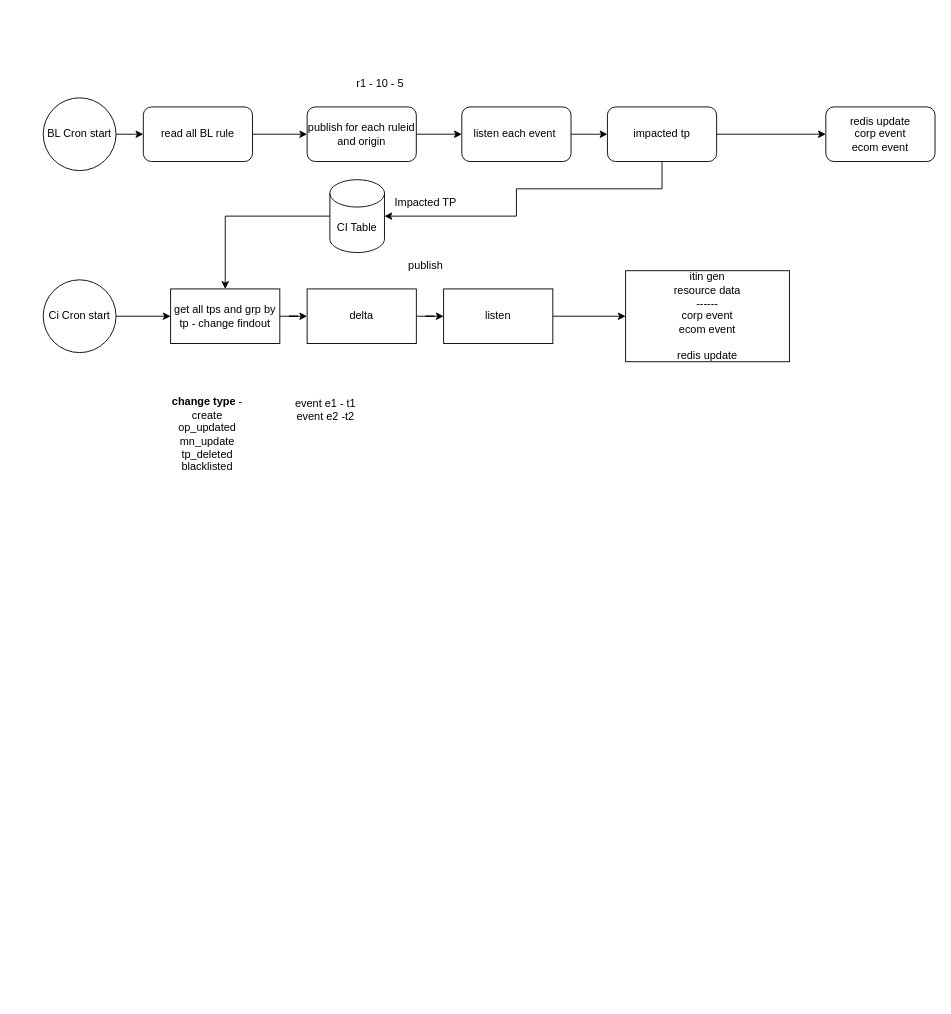
Above: Untitled Diagram.drawio in bipin-yadav/draw.io (draw.io), before the change. Source tidied: cells renumbered, new cells numbered last; positions are measured from the earlier drawing's top-left corner, leaving out a move shared by most shapes. Both pictures are drawn from the tidied source at 91%, with x=0, y=0 at pixel (43, 70).
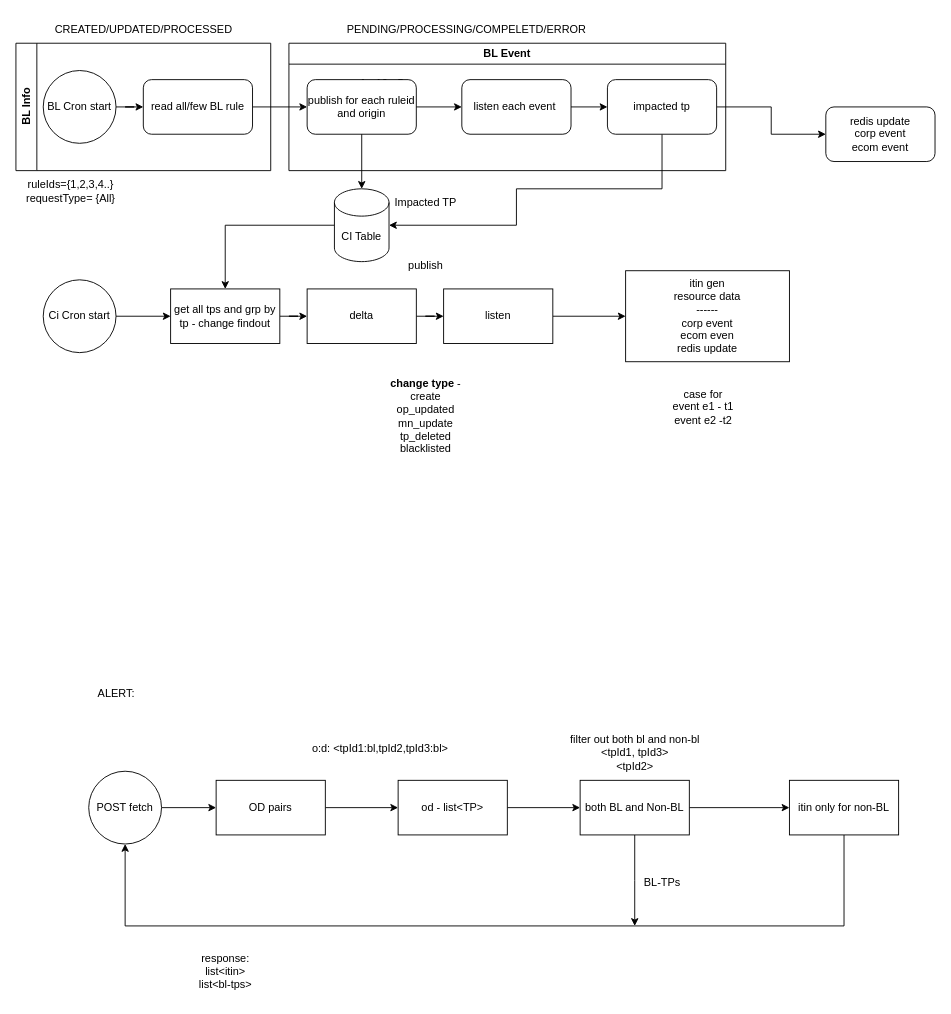
The same page after the edit.

Diff of the diagram source:
```diff
@@
-    <mxCell id="2" style="edgeStyle=orthogonalEdgeStyle;rounded=0;jettySize=auto;html=1;" parent="1" edge="1" source="3">
-      <mxGeometry relative="1" as="geometry">
-        <mxPoint x="110" y="70" as="targetPoint" />
-      </mxGeometry>
-    </mxCell>
-    <mxCell id="3" value="BL Cron start" style="ellipse;whiteSpace=wrap;html=1;" parent="1" vertex="1">
-      <mxGeometry y="30" width="80" height="80" as="geometry" />
-    </mxCell>
@@
-    <mxCell id="5" value="read all BL rule" style="rounded=1;whiteSpace=wrap;html=1;" parent="1" vertex="1">
-      <mxGeometry x="110" y="40" width="120" height="60" as="geometry" />
-    </mxCell>
-    <mxCell id="6" style="edgeStyle=orthogonalEdgeStyle;rounded=0;jettySize=auto;html=1;" parent="1" edge="1" source="7" target="9">
-      <mxGeometry relative="1" as="geometry" />
-    </mxCell>
-    <mxCell id="7" value="publish for each ruleid and origin" style="whiteSpace=wrap;html=1;rounded=1;" parent="1" vertex="1">
-      <mxGeometry x="290" y="40" width="120" height="60" as="geometry" />
-    </mxCell>
-    <mxCell id="8" style="edgeStyle=orthogonalEdgeStyle;rounded=0;jettySize=auto;html=1;" parent="1" edge="1" source="9" target="13">
-      <mxGeometry relative="1" as="geometry" />
-    </mxCell>
-    <mxCell id="9" value="listen each event&amp;nbsp;" style="whiteSpace=wrap;html=1;rounded=1;" parent="1" vertex="1">
-      <mxGeometry x="460" y="40" width="120" height="60" as="geometry" />
-    </mxCell>
@@
-    <mxCell id="13" value="impacted tp&lt;br&gt;" style="whiteSpace=wrap;html=1;rounded=1;" parent="1" vertex="1">
-      <mxGeometry x="620" y="40" width="120" height="60" as="geometry" />
-    </mxCell>
@@
     <mxCell id="25" value="CI Table" style="shape=cylinder3;whiteSpace=wrap;html=1;boundedLbl=1;backgroundOutline=1;size=15;" parent="1" vertex="1">
-      <mxGeometry x="315" y="120" width="60" height="80" as="geometry" />
+      <mxGeometry x="320" y="130" width="60" height="80" as="geometry" />
     </mxCell>
     <mxCell id="26" value="&lt;b&gt;change type &lt;/b&gt;- &lt;br&gt;create&lt;br&gt;op_updated&lt;br&gt;mn_update&lt;br&gt;tp_deleted&lt;br&gt;blacklisted" style="text;html=1;align=center;verticalAlign=middle;strokeColor=none;fillColor=none;" parent="1" vertex="1">
-      <mxGeometry x="130" y="350" width="100" height="100" as="geometry" />
+      <mxGeometry x="370" y="330" width="100" height="100" as="geometry" />
     </mxCell>
-    <mxCell id="27" value="event e1 - t1&lt;br&gt;event e2 -t2" style="text;html=1;align=center;verticalAlign=middle;strokeColor=none;fillColor=none;" parent="1" vertex="1">
-      <mxGeometry x="265" y="353" width="90" height="40" as="geometry" />
+    <mxCell id="27" value="case for&lt;br&gt;event e1 - t1&lt;br&gt;event e2 -t2" style="text;html=1;align=center;verticalAlign=middle;strokeColor=none;fillColor=none;" parent="1" vertex="1">
+      <mxGeometry x="680" y="340" width="90" height="60" as="geometry" />
     </mxCell>
-    <mxCell id="28" value="itin gen&lt;br&gt;resource data&lt;br&gt;------&lt;br&gt;corp event&lt;br&gt;ecom event&lt;br&gt;&lt;br&gt;redis update" style="whiteSpace=wrap;html=1;" parent="1" vertex="1">
+    <mxCell id="28" value="itin gen&lt;br&gt;resource data&lt;br&gt;------&lt;br&gt;corp event&lt;br&gt;ecom even&lt;br&gt;redis update" style="whiteSpace=wrap;html=1;" parent="1" vertex="1">
       <mxGeometry x="640" y="220" width="180" height="100" as="geometry" />
     </mxCell>
@@
+    <mxCell id="30" value="BL Info&lt;br&gt;" style="swimlane;horizontal=0;whiteSpace=wrap;html=1;" parent="1" vertex="1">
+      <mxGeometry x="-30" y="-30" width="280" height="140" as="geometry" />
+    </mxCell>
+    <mxCell id="3" value="BL Cron start" style="ellipse;whiteSpace=wrap;html=1;" parent="30" vertex="1">
+      <mxGeometry x="30" y="30" width="80" height="80" as="geometry" />
+    </mxCell>
+    <mxCell id="5" value="read all/few BL rule" style="rounded=1;whiteSpace=wrap;html=1;" parent="30" vertex="1">
+      <mxGeometry x="140" y="40" width="120" height="60" as="geometry" />
+    </mxCell>
+    <mxCell id="2" style="edgeStyle=orthogonalEdgeStyle;rounded=0;jettySize=auto;html=1;entryX=0;entryY=0.5;entryDx=0;entryDy=0;" parent="30" edge="1" source="3" target="5">
+      <mxGeometry relative="1" as="geometry" />
+    </mxCell>
+    <mxCell id="31" value="BL Event" style="swimlane;whiteSpace=wrap;html=1;" parent="1" vertex="1">
+      <mxGeometry x="270" y="-30" width="480" height="140" as="geometry" />
+    </mxCell>
+    <mxCell id="7" value="publish for each ruleid and origin" style="whiteSpace=wrap;html=1;rounded=1;" parent="31" vertex="1">
+      <mxGeometry x="20" y="40" width="120" height="60" as="geometry" />
+    </mxCell>
+    <mxCell id="9" value="listen each event&amp;nbsp;" style="whiteSpace=wrap;html=1;rounded=1;" parent="31" vertex="1">
+      <mxGeometry x="190" y="40" width="120" height="60" as="geometry" />
+    </mxCell>
+    <mxCell id="6" style="edgeStyle=orthogonalEdgeStyle;rounded=0;jettySize=auto;html=1;" parent="31" edge="1" source="7" target="9">
+      <mxGeometry relative="1" as="geometry" />
+    </mxCell>
+    <mxCell id="13" value="impacted tp&lt;br&gt;" style="whiteSpace=wrap;html=1;rounded=1;" parent="31" vertex="1">
+      <mxGeometry x="350" y="40" width="120" height="60" as="geometry" />
+    </mxCell>
+    <mxCell id="8" style="edgeStyle=orthogonalEdgeStyle;rounded=0;jettySize=auto;html=1;" parent="31" edge="1" source="9" target="13">
+      <mxGeometry relative="1" as="geometry" />
+    </mxCell>
+    <mxCell id="32" style="edgeStyle=orthogonalEdgeStyle;rounded=0;jettySize=auto;html=1;entryX=0.5;entryY=0;entryDx=0;entryDy=0;entryPerimeter=0;" parent="1" edge="1" source="7" target="25">
+      <mxGeometry relative="1" as="geometry" />
+    </mxCell>
+    <mxCell id="33" value="PENDING/PROCESSING/COMPELETD/ERROR" style="text;html=1;align=center;verticalAlign=middle;strokeColor=none;fillColor=none;" parent="1" vertex="1">
+      <mxGeometry x="320" y="-60" width="290" height="30" as="geometry" />
+    </mxCell>
+    <mxCell id="34" value="ruleIds={1,2,3,4..}&lt;br&gt;requestType= {All}" style="text;html=1;align=center;verticalAlign=middle;strokeColor=none;fillColor=none;" parent="1" vertex="1">
+      <mxGeometry x="-30" y="113" width="120" height="40" as="geometry" />
+    </mxCell>
+    <mxCell id="35" value="CREATED/UPDATED/PROCESSED" style="text;html=1;align=center;verticalAlign=middle;strokeColor=none;fillColor=none;" parent="1" vertex="1">
+      <mxGeometry y="-60" width="220" height="30" as="geometry" />
+    </mxCell>
+    <mxCell id="36" style="edgeStyle=orthogonalEdgeStyle;rounded=0;jettySize=auto;html=1;" parent="1" edge="1" source="37" target="39">
+      <mxGeometry relative="1" as="geometry" />
+    </mxCell>
+    <mxCell id="37" value="POST fetch" style="ellipse;whiteSpace=wrap;html=1;" parent="1" vertex="1">
+      <mxGeometry x="50" y="770" width="80" height="80" as="geometry" />
+    </mxCell>
+    <mxCell id="38" style="edgeStyle=orthogonalEdgeStyle;rounded=0;jettySize=auto;html=1;" parent="1" edge="1" source="39" target="41">
+      <mxGeometry relative="1" as="geometry" />
+    </mxCell>
+    <mxCell id="39" value="OD pairs" style="whiteSpace=wrap;html=1;" parent="1" vertex="1">
+      <mxGeometry x="190" y="780" width="120" height="60" as="geometry" />
+    </mxCell>
+    <mxCell id="40" style="edgeStyle=orthogonalEdgeStyle;rounded=0;jettySize=auto;html=1;" parent="1" edge="1" source="41" target="44">
+      <mxGeometry relative="1" as="geometry" />
+    </mxCell>
+    <mxCell id="41" value="od - list&amp;lt;TP&amp;gt;" style="whiteSpace=wrap;html=1;" parent="1" vertex="1">
+      <mxGeometry x="390" y="780" width="120" height="60" as="geometry" />
+    </mxCell>
+    <mxCell id="42" style="edgeStyle=orthogonalEdgeStyle;rounded=0;jettySize=auto;html=1;" parent="1" edge="1" source="44" target="46">
+      <mxGeometry relative="1" as="geometry" />
+    </mxCell>
+    <mxCell id="43" style="edgeStyle=orthogonalEdgeStyle;rounded=0;jettySize=auto;html=1;" parent="1" edge="1" source="44">
+      <mxGeometry relative="1" as="geometry">
+        <mxPoint x="650" y="940" as="targetPoint" />
+      </mxGeometry>
+    </mxCell>
+    <mxCell id="44" value="both BL and Non-BL" style="whiteSpace=wrap;html=1;" parent="1" vertex="1">
+      <mxGeometry x="590" y="780" width="120" height="60" as="geometry" />
+    </mxCell>
+    <mxCell id="45" style="edgeStyle=orthogonalEdgeStyle;rounded=0;jettySize=auto;html=1;entryX=0.5;entryY=1;entryDx=0;entryDy=0;" parent="1" edge="1" source="46" target="37">
+      <mxGeometry relative="1" as="geometry">
+        <Array as="points">
+          <mxPoint x="880" y="940" />
+          <mxPoint x="90" y="940" />
+        </Array>
+      </mxGeometry>
+    </mxCell>
+    <mxCell id="46" value="itin only for non-BL" style="whiteSpace=wrap;html=1;" parent="1" vertex="1">
+      <mxGeometry x="820" y="780" width="120" height="60" as="geometry" />
+    </mxCell>
+    <mxCell id="47" value="BL-TPs" style="text;html=1;align=center;verticalAlign=middle;strokeColor=none;fillColor=none;" parent="1" vertex="1">
+      <mxGeometry x="650" y="878" width="60" height="30" as="geometry" />
+    </mxCell>
+    <mxCell id="48" value="response:&lt;br&gt;list&amp;lt;itin&amp;gt;&lt;br&gt;list&amp;lt;bl-tps&amp;gt;" style="text;html=1;align=center;verticalAlign=middle;strokeColor=none;fillColor=none;" parent="1" vertex="1">
+      <mxGeometry x="160" y="960" width="80" height="60" as="geometry" />
+    </mxCell>
+    <mxCell id="49" value="o:d: &amp;lt;tpId1:bl,tpId2,tpId3:bl&amp;gt;" style="text;html=1;align=center;verticalAlign=middle;strokeColor=none;fillColor=none;" parent="1" vertex="1">
+      <mxGeometry x="285" y="730" width="170" height="30" as="geometry" />
+    </mxCell>
+    <mxCell id="50" value="filter out both bl and non-bl&lt;br&gt;&amp;lt;tpId1, tpId3&amp;gt;&lt;br&gt;&amp;lt;tpId2&amp;gt;" style="text;html=1;align=center;verticalAlign=middle;strokeColor=none;fillColor=none;" parent="1" vertex="1">
+      <mxGeometry x="565" y="720" width="170" height="60" as="geometry" />
+    </mxCell>
+    <mxCell id="51" value="ALERT:" style="text;html=1;align=center;verticalAlign=middle;strokeColor=none;fillColor=none;" parent="1" vertex="1">
+      <mxGeometry x="50" y="670" width="60" height="30" as="geometry" />
+    </mxCell>
```
